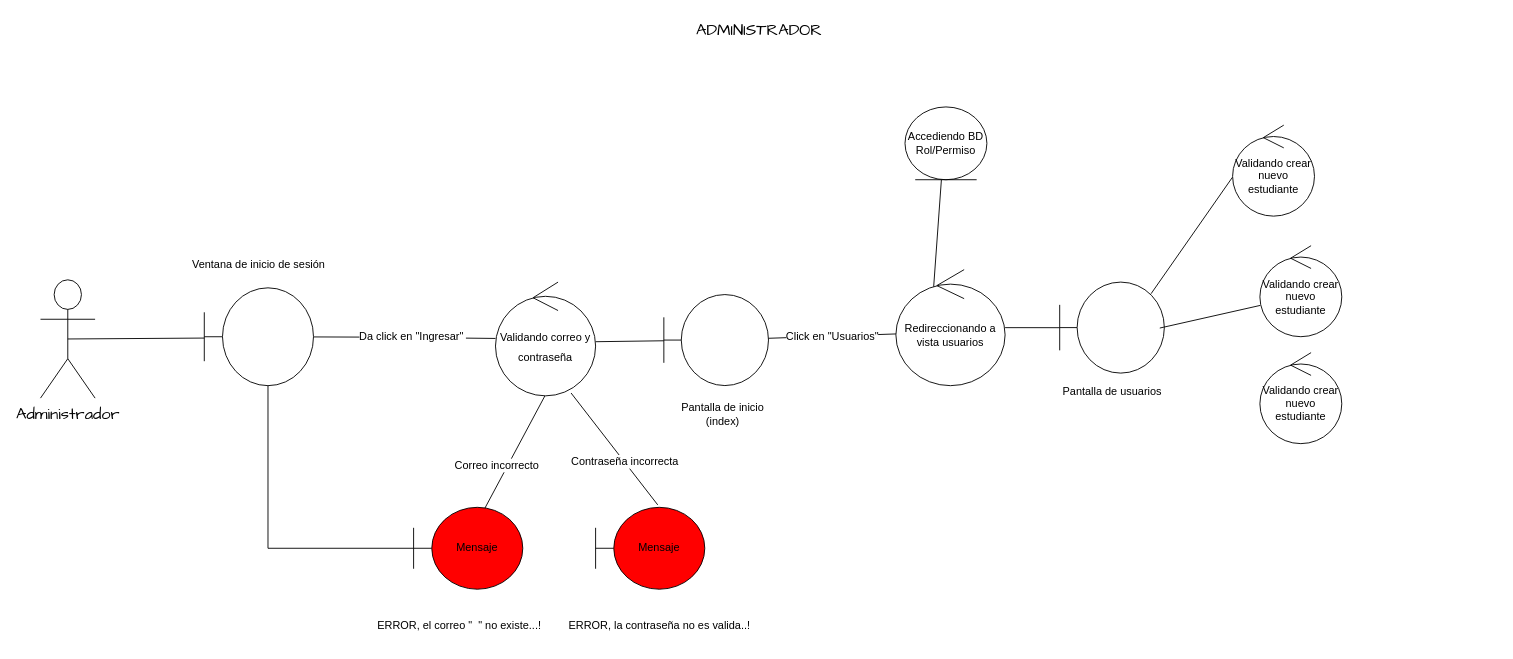
Before: Untitled Diagram.drawio in ArianaST/Diagramas, a draw.io diagram. Source tidied: cells renumbered, new cells numbered last; positions are measured from the earlier drawing's top-left corner, leaving out a move shared by most shapes. Both pictures are drawn from the tidied source at 91%, with x=0, y=0 at pixel (40, 15).
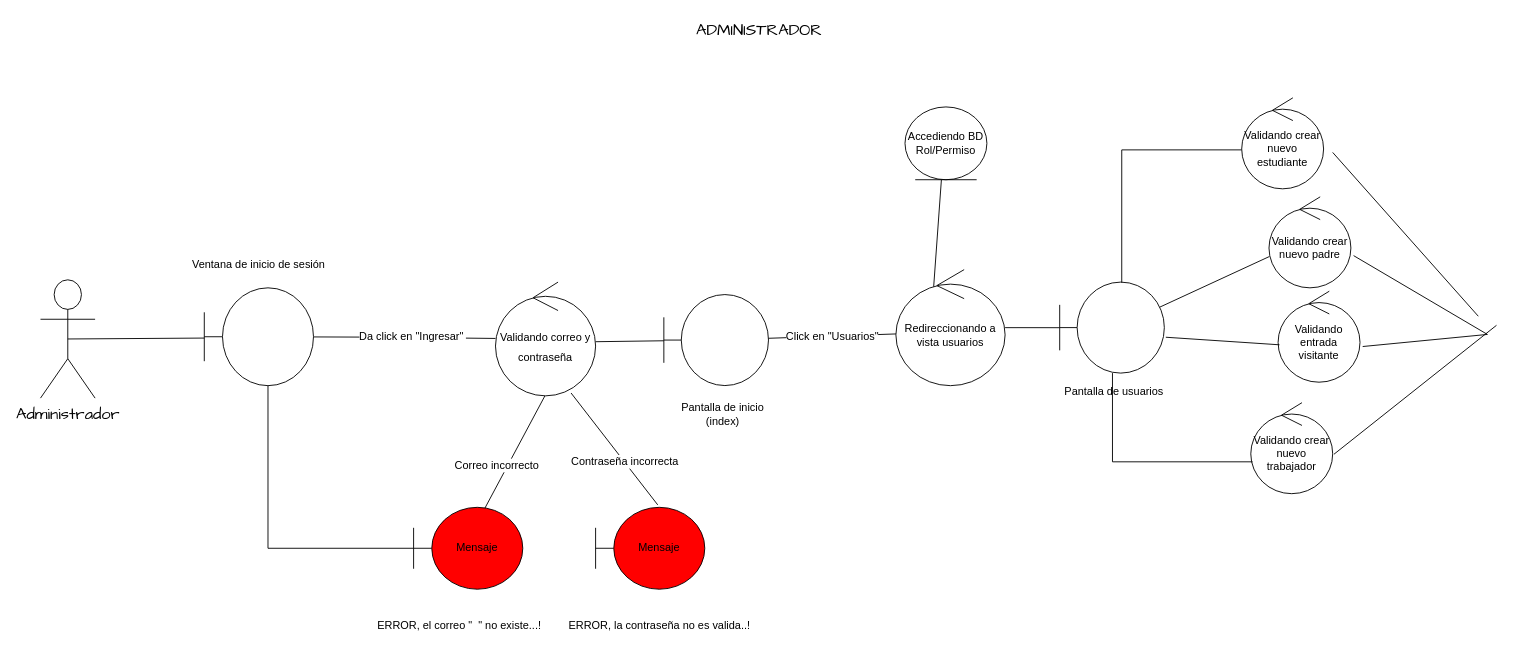
After the change.

Unchanged cells that the change refers to:
```xml
<mxCell id="26" style="shape=umlBoundary;whiteSpace=wrap;html=1;fontFamily=Helvetica;fontSize=12;" parent="1" vertex="1">
  <mxGeometry x="1120" y="292.5" width="115" height="100" as="geometry" />
</mxCell>
```

What changed in the source:
```diff
@@
     <mxCell id="27" value="Pantalla de usuarios" style="text;html=1;strokeColor=none;fillColor=none;align=center;verticalAlign=middle;whiteSpace=wrap;rounded=0;" parent="1" vertex="1">
-      <mxGeometry x="1117.5" y="392.5" width="120" height="40" as="geometry" />
+      <mxGeometry x="1120" y="392.5" width="120" height="40" as="geometry" />
     </mxCell>
@@
-    <mxCell id="30" style="endArrow=none;html=1;rounded=0;fontFamily=Comic Sans MS;fontSize=18;entryX=0.873;entryY=0.128;entryDx=0;entryDy=0;entryPerimeter=0;exitX=-0.001;exitY=0.572;exitDx=0;exitDy=0;exitPerimeter=0;" parent="1" edge="1" source="31" target="26">
+    <mxCell id="30" style="endArrow=none;html=1;rounded=0;fontFamily=Comic Sans MS;fontSize=18;entryX=0.593;entryY=0.006;entryDx=0;entryDy=0;entryPerimeter=0;exitX=-0.001;exitY=0.572;exitDx=0;exitDy=0;exitPerimeter=0;edgeStyle=orthogonalEdgeStyle;" parent="1" edge="1" source="31" target="26">
       <mxGeometry relative="1" as="geometry" />
     </mxCell>
     <mxCell id="31" value="Validando crear nuevo estudiante" style="ellipse;shape=umlControl;whiteSpace=wrap;html=1;fontFamily=Helvetica;fontSize=12;" parent="1" vertex="1">
-      <mxGeometry x="1310" y="120" width="90" height="100" as="geometry" />
+      <mxGeometry x="1320" y="90" width="90" height="100" as="geometry" />
     </mxCell>
     <mxCell id="32" style="endArrow=none;html=1;rounded=0;fontFamily=Comic Sans MS;fontSize=18;exitX=0.005;exitY=0.656;exitDx=0;exitDy=0;exitPerimeter=0;" parent="1" edge="1" source="33">
       <mxGeometry relative="1" as="geometry">
-        <mxPoint x="1230" y="343" as="targetPoint" />
+        <mxPoint x="1230" y="320" as="targetPoint" />
       </mxGeometry>
     </mxCell>
-    <mxCell id="33" value="Validando crear nuevo estudiante" style="ellipse;shape=umlControl;whiteSpace=wrap;html=1;fontFamily=Helvetica;fontSize=12;" parent="1" vertex="1">
-      <mxGeometry x="1340" y="252.5" width="90" height="100" as="geometry" />
+    <mxCell id="33" value="Validando crear nuevo padre" style="ellipse;shape=umlControl;whiteSpace=wrap;html=1;fontFamily=Helvetica;fontSize=12;" parent="1" vertex="1">
+      <mxGeometry x="1350" y="198.8" width="90" height="100" as="geometry" />
     </mxCell>
-    <mxCell id="34" value="Validando crear nuevo estudiante" style="ellipse;shape=umlControl;whiteSpace=wrap;html=1;fontFamily=Helvetica;fontSize=12;" parent="1" vertex="1">
-      <mxGeometry x="1340" y="370" width="90" height="100" as="geometry" />
+    <mxCell id="34" value="Validando entrada visitante" style="ellipse;shape=umlControl;whiteSpace=wrap;html=1;fontFamily=Helvetica;fontSize=12;" parent="1" vertex="1">
+      <mxGeometry x="1360" y="302.5" width="90" height="100" as="geometry" />
     </mxCell>
+    <mxCell id="35" style="endArrow=none;html=1;rounded=0;fontFamily=Comic Sans MS;fontSize=18;exitX=0.017;exitY=0.589;exitDx=0;exitDy=0;exitPerimeter=0;entryX=1.014;entryY=0.606;entryDx=0;entryDy=0;entryPerimeter=0;" parent="1" edge="1" source="34" target="26">
+      <mxGeometry relative="1" as="geometry" />
+    </mxCell>
+    <mxCell id="36" value="Validando crear nuevo trabajador" style="ellipse;shape=umlControl;whiteSpace=wrap;html=1;fontFamily=Helvetica;fontSize=12;" parent="1" vertex="1">
+      <mxGeometry x="1330" y="425" width="90" height="100" as="geometry" />
+    </mxCell>
+    <mxCell id="37" style="endArrow=none;html=1;rounded=0;fontFamily=Comic Sans MS;fontSize=18;edgeStyle=orthogonalEdgeStyle;" parent="1" edge="1" source="36" target="26">
+      <mxGeometry relative="1" as="geometry">
+        <Array as="points">
+          <mxPoint x="1178" y="490" />
+        </Array>
+      </mxGeometry>
+    </mxCell>
+    <mxCell id="38" style="endArrow=none;html=1;rounded=0;fontFamily=Comic Sans MS;fontSize=18;" parent="1" edge="1">
+      <mxGeometry relative="1" as="geometry">
+        <mxPoint x="1420" y="150" as="sourcePoint" />
+        <mxPoint x="1580" y="330" as="targetPoint" />
+      </mxGeometry>
+    </mxCell>
+    <mxCell id="39" style="endArrow=none;html=1;rounded=0;fontFamily=Comic Sans MS;fontSize=18;entryX=1.033;entryY=0.646;entryDx=0;entryDy=0;entryPerimeter=0;" parent="1" edge="1" target="33">
+      <mxGeometry relative="1" as="geometry">
+        <mxPoint x="1590" y="350" as="sourcePoint" />
+      </mxGeometry>
+    </mxCell>
+    <mxCell id="40" style="endArrow=none;html=1;rounded=0;fontFamily=Comic Sans MS;fontSize=18;entryX=1.033;entryY=0.608;entryDx=0;entryDy=0;entryPerimeter=0;" parent="1" edge="1" target="34">
+      <mxGeometry relative="1" as="geometry">
+        <mxPoint x="1590" y="350" as="sourcePoint" />
+      </mxGeometry>
+    </mxCell>
+    <mxCell id="41" style="endArrow=none;html=1;rounded=0;fontFamily=Comic Sans MS;fontSize=18;entryX=1.015;entryY=0.567;entryDx=0;entryDy=0;entryPerimeter=0;" parent="1" edge="1" target="36">
+      <mxGeometry relative="1" as="geometry">
+        <mxPoint x="1600" y="340" as="sourcePoint" />
+      </mxGeometry>
+    </mxCell>
```
